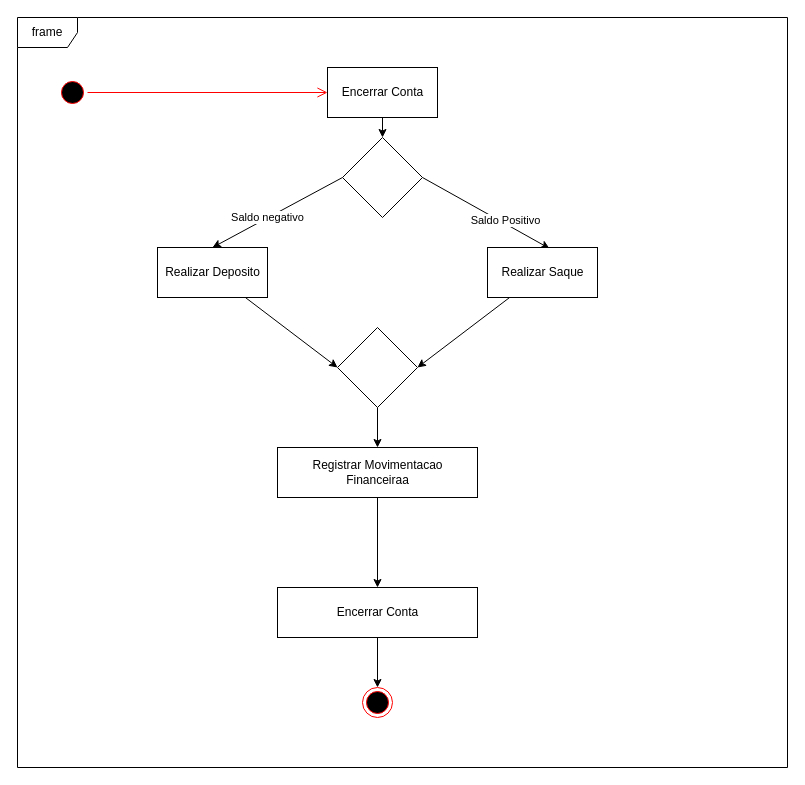
raphamendonca/UML-Intro keeps this draw.io diagram as visao-geral-integracao.drawio. Above is the earlier version. Source tidied: cells renumbered, new cells numbered last; positions are measured from the earlier drawing's top-left corner, leaving out a move shared by most shapes. Both pictures are drawn from the tidied source at 100%, with x=0, y=0 at pixel (17, 17).
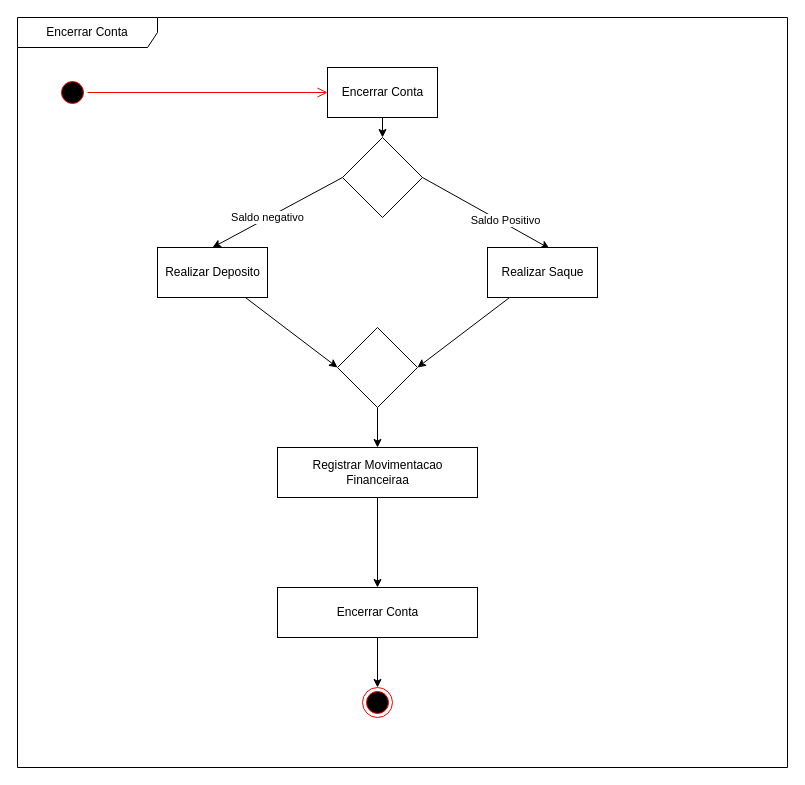
Above is the later version.

What changed in the source:
```diff
@@
-    <mxCell id="2" value="frame" style="shape=umlFrame;whiteSpace=wrap;html=1;" parent="1" vertex="1">
+    <mxCell id="2" value="Encerrar Conta" style="shape=umlFrame;whiteSpace=wrap;html=1;width=140;height=30;" parent="1" vertex="1">
       <mxGeometry width="770" height="750" as="geometry" />
     </mxCell>
```
